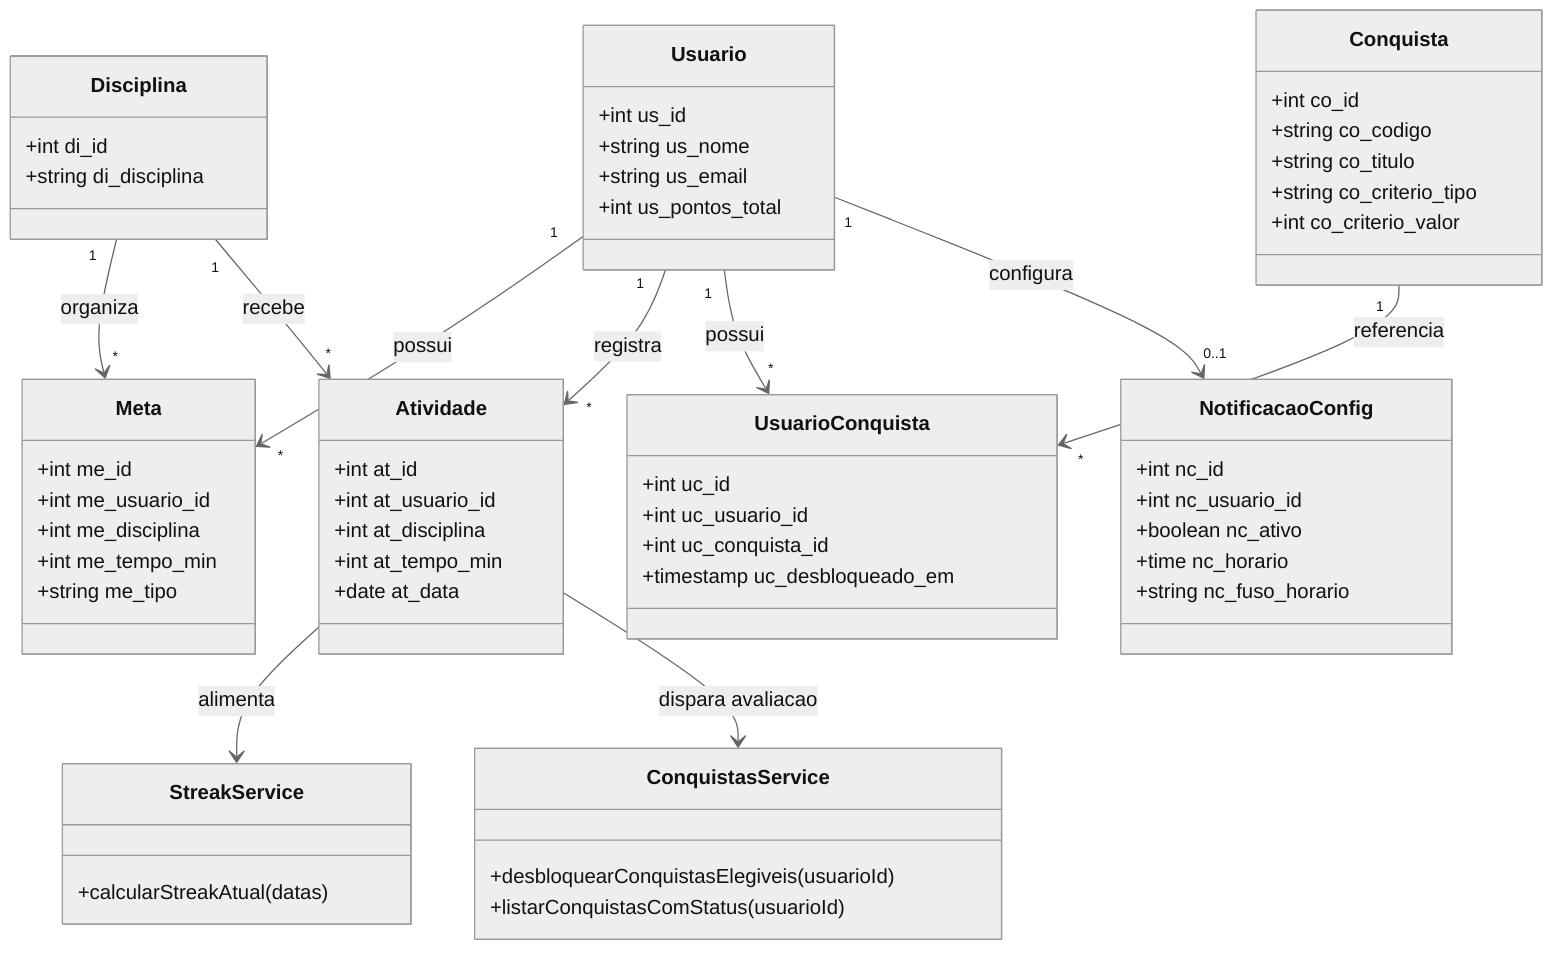
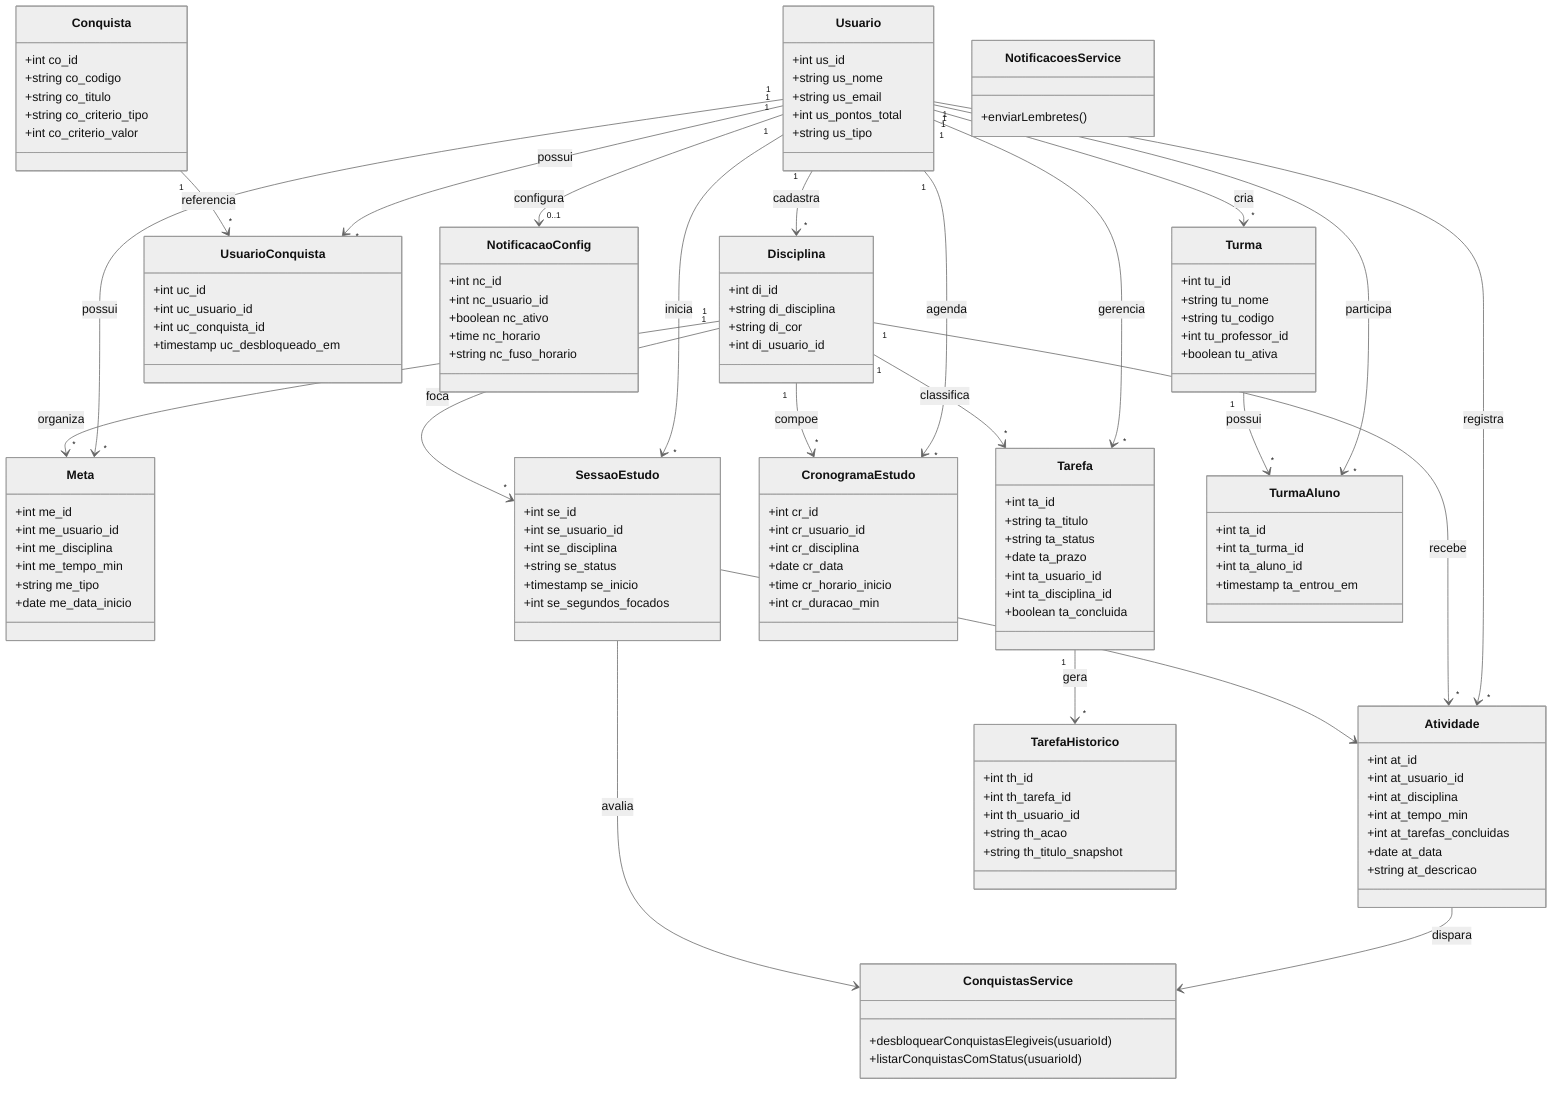
%%{init: {'theme': 'neutral'}}%%
classDiagram
    class Usuario {
        +int us_id
        +string us_nome
        +string us_email
        +int us_pontos_total
+         +string us_tipo
    }

    class Disciplina {
        +int di_id
        +string di_disciplina
+         +string di_cor
+         +int di_usuario_id
    }

    class Meta {
        +int me_id
        +int me_usuario_id
        +int me_disciplina
        +int me_tempo_min
        +string me_tipo
+         +date me_data_inicio
    }

    class Atividade {
        +int at_id
        +int at_usuario_id
        +int at_disciplina
        +int at_tempo_min
+         +int at_tarefas_concluidas
        +date at_data
+         +string at_descricao
    }

    class Conquista {
        +int co_id
        +string co_codigo
        +string co_titulo
        +string co_criterio_tipo
        +int co_criterio_valor
    }

    class UsuarioConquista {
        +int uc_id
        +int uc_usuario_id
        +int uc_conquista_id
        +timestamp uc_desbloqueado_em
    }

    class NotificacaoConfig {
        +int nc_id
        +int nc_usuario_id
        +boolean nc_ativo
        +time nc_horario
        +string nc_fuso_horario
    }

-     class StreakService {
-         +calcularStreakAtual(datas)
+     class Tarefa {
+         +int ta_id
+         +string ta_titulo
+         +string ta_status
+         +date ta_prazo
+         +int ta_usuario_id
+         +int ta_disciplina_id
+         +boolean ta_concluida
+     }
+ 
+     class TarefaHistorico {
+         +int th_id
+         +int th_tarefa_id
+         +int th_usuario_id
+         +string th_acao
+         +string th_titulo_snapshot
+     }
+ 
+     class CronogramaEstudo {
+         +int cr_id
+         +int cr_usuario_id
+         +int cr_disciplina
+         +date cr_data
+         +time cr_horario_inicio
+         +int cr_duracao_min
+     }
+ 
+     class SessaoEstudo {
+         +int se_id
+         +int se_usuario_id
+         +int se_disciplina
+         +string se_status
+         +timestamp se_inicio
+         +int se_segundos_focados
+     }
+ 
+     class Turma {
+         +int tu_id
+         +string tu_nome
+         +string tu_codigo
+         +int tu_professor_id
+         +boolean tu_ativa
+     }
+ 
+     class TurmaAluno {
+         +int ta_id
+         +int ta_turma_id
+         +int ta_aluno_id
+         +timestamp ta_entrou_em
    }

    class ConquistasService {
        +desbloquearConquistasElegiveis(usuarioId)
        +listarConquistasComStatus(usuarioId)
    }

+     class NotificacoesService {
+         +enviarLembretes()
+     }
+ 
+     Usuario "1" --> "*" Disciplina : cadastra
    Usuario "1" --> "*" Meta : possui
    Usuario "1" --> "*" Atividade : registra
    Usuario "1" --> "*" UsuarioConquista : possui
    Usuario "1" --> "0..1" NotificacaoConfig : configura
+     Usuario "1" --> "*" Tarefa : gerencia
+     Usuario "1" --> "*" CronogramaEstudo : agenda
+     Usuario "1" --> "*" SessaoEstudo : inicia
+     Usuario "1" --> "*" Turma : cria
+     Usuario "1" --> "*" TurmaAluno : participa
    Disciplina "1" --> "*" Meta : organiza
    Disciplina "1" --> "*" Atividade : recebe
+     Disciplina "1" --> "*" Tarefa : classifica
+     Disciplina "1" --> "*" CronogramaEstudo : compoe
+     Disciplina "1" --> "*" SessaoEstudo : foca
    Conquista "1" --> "*" UsuarioConquista : referencia
-     Atividade --> StreakService : alimenta
-     Atividade --> ConquistasService : dispara avaliacao
+     Tarefa "1" --> "*" TarefaHistorico : gera
+     Turma "1" --> "*" TurmaAluno : possui
+     Atividade --> ConquistasService : dispara
+     SessaoEstudo --> Atividade : gera
+     SessaoEstudo --> ConquistasService : avalia
